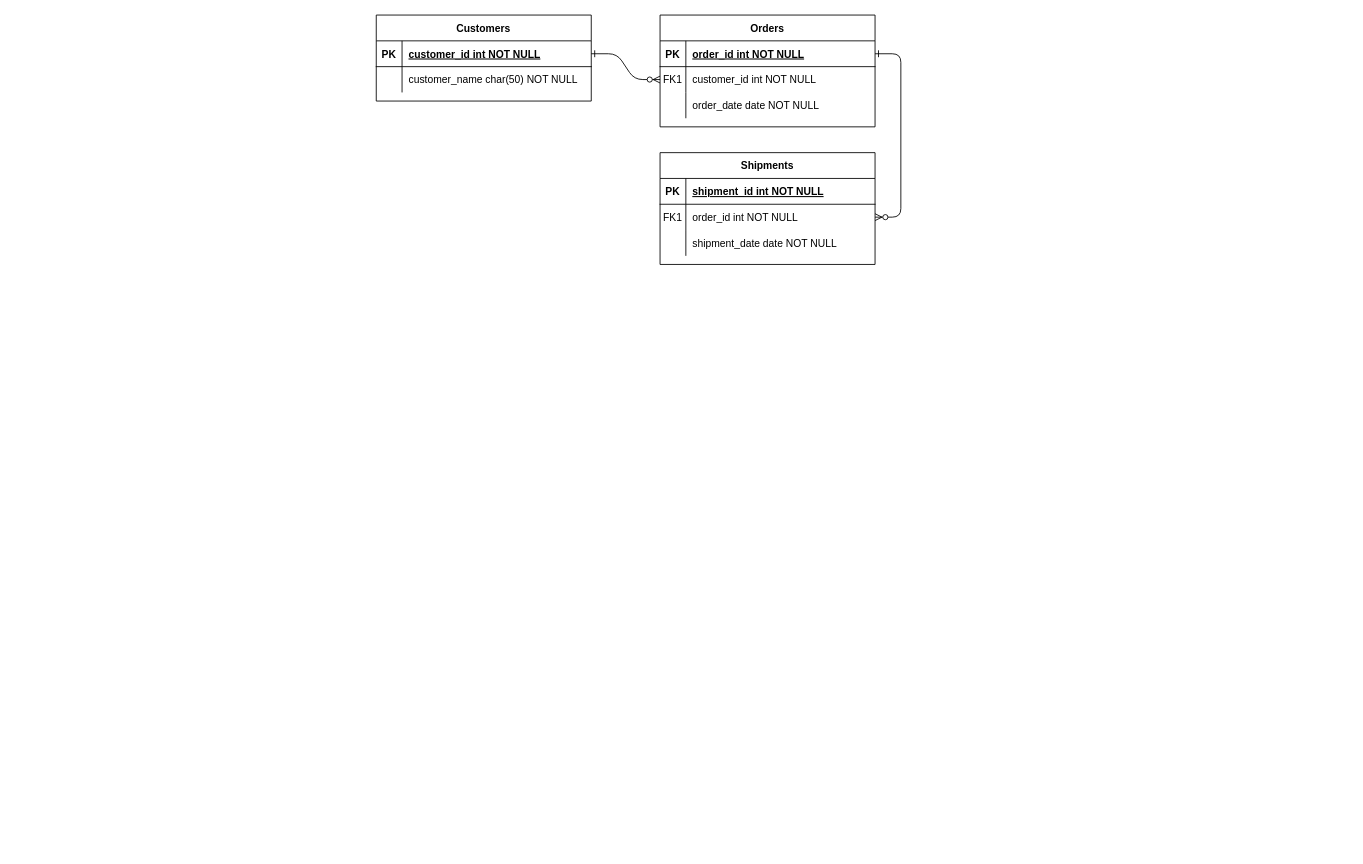
Earlier version of the draw.io diagram 数据库E-R图.drawio (FelixTt/repositoryForDraw.io). Source tidied: cells renumbered, new cells numbered last; positions are measured from the earlier drawing's top-left corner, leaving out a move shared by most shapes. Both pictures are drawn from the tidied source at 86%, with x=0, y=0 at pixel (376, 15).
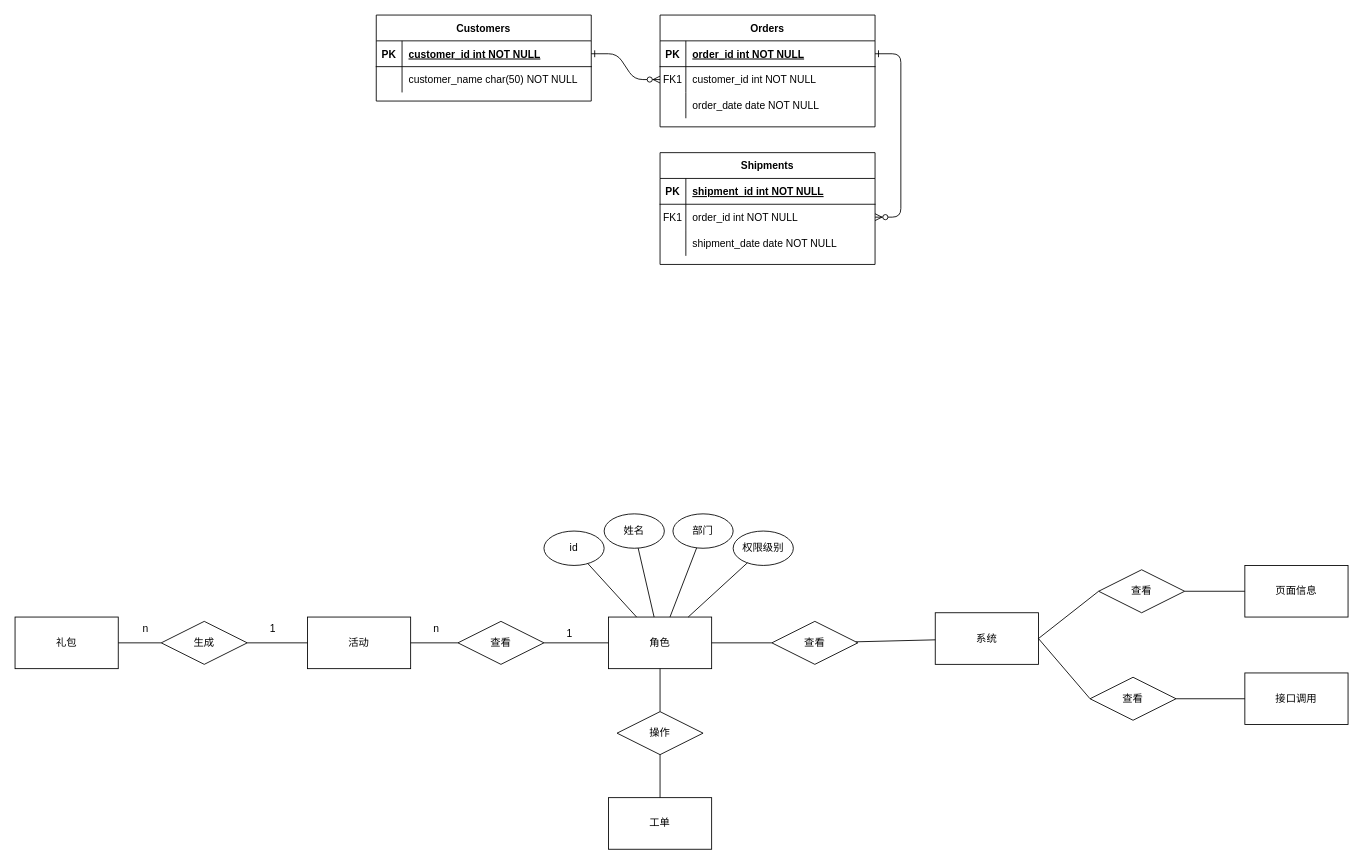
After the change.

Commit message:
更新数据库E-R图.drawio

Diff of the diagram source:
```diff
@@
+    <mxCell id="31" value="角色" style="rounded=0;whiteSpace=wrap;html=1;" parent="1" vertex="1">
+      <mxGeometry x="270" y="700" width="120" height="60" as="geometry" />
+    </mxCell>
+    <mxCell id="32" value="系统" style="rounded=0;whiteSpace=wrap;html=1;" parent="1" vertex="1">
+      <mxGeometry x="650" y="695" width="120" height="60" as="geometry" />
+    </mxCell>
+    <mxCell id="33" value="活动" style="rounded=0;whiteSpace=wrap;html=1;" parent="1" vertex="1">
+      <mxGeometry x="-80" y="700" width="120" height="60" as="geometry" />
+    </mxCell>
+    <mxCell id="34" value="礼包" style="rounded=0;whiteSpace=wrap;html=1;" parent="1" vertex="1">
+      <mxGeometry x="-420" y="700" width="120" height="60" as="geometry" />
+    </mxCell>
+    <mxCell id="35" value="页面信息" style="rounded=0;whiteSpace=wrap;html=1;" parent="1" vertex="1">
+      <mxGeometry x="1010" y="640" width="120" height="60" as="geometry" />
+    </mxCell>
+    <mxCell id="36" value="接口调用" style="rounded=0;whiteSpace=wrap;html=1;" parent="1" vertex="1">
+      <mxGeometry x="1010" y="765" width="120" height="60" as="geometry" />
+    </mxCell>
+    <mxCell id="37" value="工单" style="rounded=0;whiteSpace=wrap;html=1;" parent="1" vertex="1">
+      <mxGeometry x="270" y="910" width="120" height="60" as="geometry" />
+    </mxCell>
+    <mxCell id="38" value="id" style="ellipse;whiteSpace=wrap;html=1;" parent="1" vertex="1">
+      <mxGeometry x="195" y="600" width="70" height="40" as="geometry" />
+    </mxCell>
+    <mxCell id="39" value="姓名" style="ellipse;whiteSpace=wrap;html=1;" parent="1" vertex="1">
+      <mxGeometry x="265" y="580" width="70" height="40" as="geometry" />
+    </mxCell>
+    <mxCell id="40" value="部门" style="ellipse;whiteSpace=wrap;html=1;" parent="1" vertex="1">
+      <mxGeometry x="345" y="580" width="70" height="40" as="geometry" />
+    </mxCell>
+    <mxCell id="41" value="权限级别" style="ellipse;whiteSpace=wrap;html=1;" parent="1" vertex="1">
+      <mxGeometry x="415" y="600" width="70" height="40" as="geometry" />
+    </mxCell>
+    <mxCell id="42" style="endArrow=none;html=1;rounded=0;" parent="1" edge="1" source="38" target="31">
+      <mxGeometry relative="1" as="geometry" />
+    </mxCell>
+    <mxCell id="43" style="endArrow=none;html=1;rounded=0;" parent="1" edge="1" source="39" target="31">
+      <mxGeometry relative="1" as="geometry" />
+    </mxCell>
+    <mxCell id="44" style="endArrow=none;html=1;rounded=0;" parent="1" edge="1" source="40" target="31">
+      <mxGeometry relative="1" as="geometry" />
+    </mxCell>
+    <mxCell id="45" style="endArrow=none;html=1;rounded=0;" parent="1" edge="1" source="41" target="31">
+      <mxGeometry relative="1" as="geometry" />
+    </mxCell>
+    <mxCell id="46" value="查看" style="rhombus;whiteSpace=wrap;html=1;" parent="1" vertex="1">
+      <mxGeometry x="95" y="705" width="100" height="50" as="geometry" />
+    </mxCell>
+    <mxCell id="47" style="endArrow=none;html=1;rounded=0;" parent="1" edge="1" source="46" target="31">
+      <mxGeometry relative="1" as="geometry" />
+    </mxCell>
+    <mxCell id="48" style="endArrow=none;html=1;rounded=0;" parent="1" edge="1" source="46" target="33">
+      <mxGeometry relative="1" as="geometry" />
+    </mxCell>
+    <mxCell id="49" value="生成" style="rhombus;whiteSpace=wrap;html=1;" parent="1" vertex="1">
+      <mxGeometry x="-250" y="705" width="100" height="50" as="geometry" />
+    </mxCell>
+    <mxCell id="50" style="endArrow=none;html=1;rounded=0;" parent="1" edge="1" source="49" target="33">
+      <mxGeometry relative="1" as="geometry" />
+    </mxCell>
+    <mxCell id="51" style="endArrow=none;html=1;rounded=0;" parent="1" edge="1" source="49" target="34">
+      <mxGeometry relative="1" as="geometry" />
+    </mxCell>
+    <mxCell id="52" value="n" style="text;html=1;strokeColor=none;fillColor=none;align=center;verticalAlign=middle;whiteSpace=wrap;rounded=0;" parent="1" vertex="1">
+      <mxGeometry x="-298" y="699" width="60" height="30" as="geometry" />
+    </mxCell>
+    <mxCell id="53" value="1" style="text;html=1;strokeColor=none;fillColor=none;align=center;verticalAlign=middle;whiteSpace=wrap;rounded=0;" parent="1" vertex="1">
+      <mxGeometry x="-150" y="699" width="60" height="30" as="geometry" />
+    </mxCell>
+    <mxCell id="54" value="n" style="text;html=1;strokeColor=none;fillColor=none;align=center;verticalAlign=middle;whiteSpace=wrap;rounded=0;" parent="1" vertex="1">
+      <mxGeometry x="40" y="699" width="60" height="30" as="geometry" />
+    </mxCell>
+    <mxCell id="55" value="1" style="text;html=1;strokeColor=none;fillColor=none;align=center;verticalAlign=middle;whiteSpace=wrap;rounded=0;" parent="1" vertex="1">
+      <mxGeometry x="195" y="705" width="60" height="30" as="geometry" />
+    </mxCell>
+    <mxCell id="56" style="endArrow=none;html=1;rounded=0;" parent="1" edge="1" source="57" target="31">
+      <mxGeometry relative="1" as="geometry" />
+    </mxCell>
+    <mxCell id="57" value="操作" style="rhombus;whiteSpace=wrap;html=1;" parent="1" vertex="1">
+      <mxGeometry x="280" y="810" width="100" height="50" as="geometry" />
+    </mxCell>
+    <mxCell id="58" style="endArrow=none;html=1;rounded=0;" parent="1" edge="1" source="57" target="37">
+      <mxGeometry relative="1" as="geometry" />
+    </mxCell>
+    <mxCell id="59" value="查看" style="rhombus;whiteSpace=wrap;html=1;" parent="1" vertex="1">
+      <mxGeometry x="460" y="705" width="100" height="50" as="geometry" />
+    </mxCell>
+    <mxCell id="60" style="endArrow=none;html=1;rounded=0;" parent="1" edge="1" source="59" target="31">
+      <mxGeometry relative="1" as="geometry" />
+    </mxCell>
+    <mxCell id="61" style="endArrow=none;html=1;rounded=0;" parent="1" edge="1" source="59" target="32">
+      <mxGeometry relative="1" as="geometry" />
+    </mxCell>
+    <mxCell id="62" style="endArrow=none;html=1;rounded=0;exitX=0;exitY=0.5;exitDx=0;exitDy=0;entryX=1;entryY=0.5;entryDx=0;entryDy=0;" parent="1" edge="1" source="63" target="32">
+      <mxGeometry relative="1" as="geometry" />
+    </mxCell>
+    <mxCell id="63" value="查看" style="rhombus;whiteSpace=wrap;html=1;" parent="1" vertex="1">
+      <mxGeometry x="840" y="645" width="100" height="50" as="geometry" />
+    </mxCell>
+    <mxCell id="64" style="endArrow=none;html=1;rounded=0;exitX=1;exitY=0.5;exitDx=0;exitDy=0;" parent="1" edge="1" source="63" target="35">
+      <mxGeometry relative="1" as="geometry" />
+    </mxCell>
+    <mxCell id="65" value="查看" style="rhombus;whiteSpace=wrap;html=1;" parent="1" vertex="1">
+      <mxGeometry x="830" y="770" width="100" height="50" as="geometry" />
+    </mxCell>
+    <mxCell id="66" style="endArrow=none;html=1;rounded=0;exitX=0;exitY=0.5;exitDx=0;exitDy=0;entryX=1;entryY=0.5;entryDx=0;entryDy=0;" parent="1" edge="1" source="65" target="32">
+      <mxGeometry relative="1" as="geometry" />
+    </mxCell>
+    <mxCell id="67" style="endArrow=none;html=1;rounded=0;exitX=1;exitY=0.5;exitDx=0;exitDy=0;" parent="1" edge="1" source="65" target="36">
+      <mxGeometry relative="1" as="geometry" />
+    </mxCell>
```
